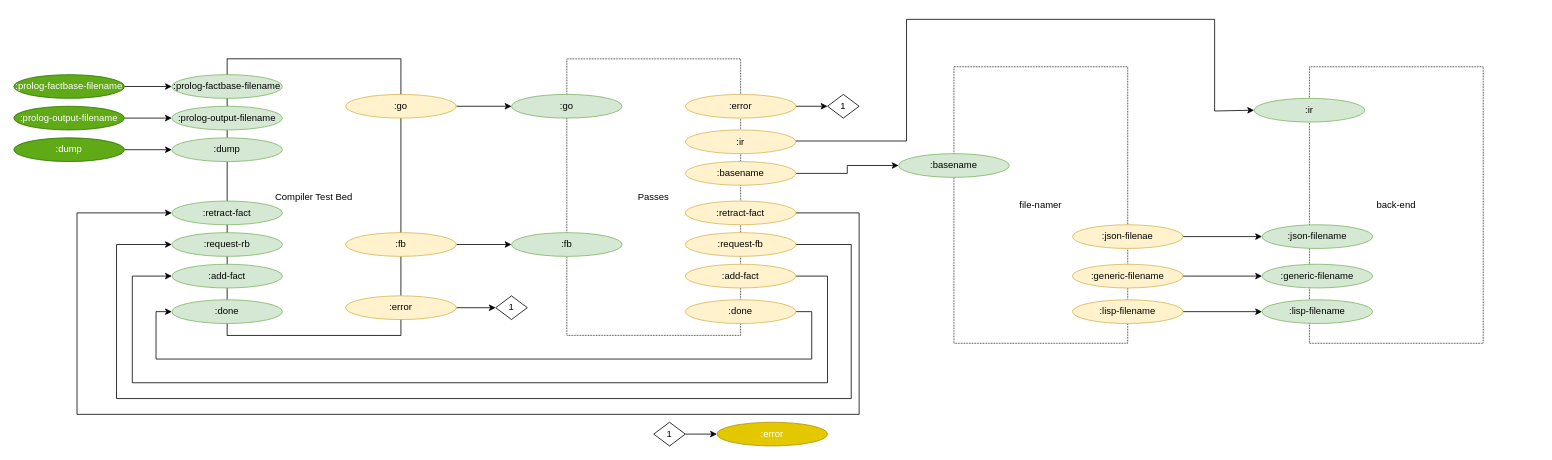
Above: page "Compiler Internal" (2 of 10) of svg/cl-compiler/doc/compiler-test-bed.drawio in bmfbp/bmfbp (draw.io), before the change. Source tidied: cells renumbered, new cells numbered last; positions are measured from the earlier drawing's top-left corner, leaving out a move shared by most shapes. Both pictures are drawn from the tidied source at 79%, with x=0, y=0 at pixel (13, 19).
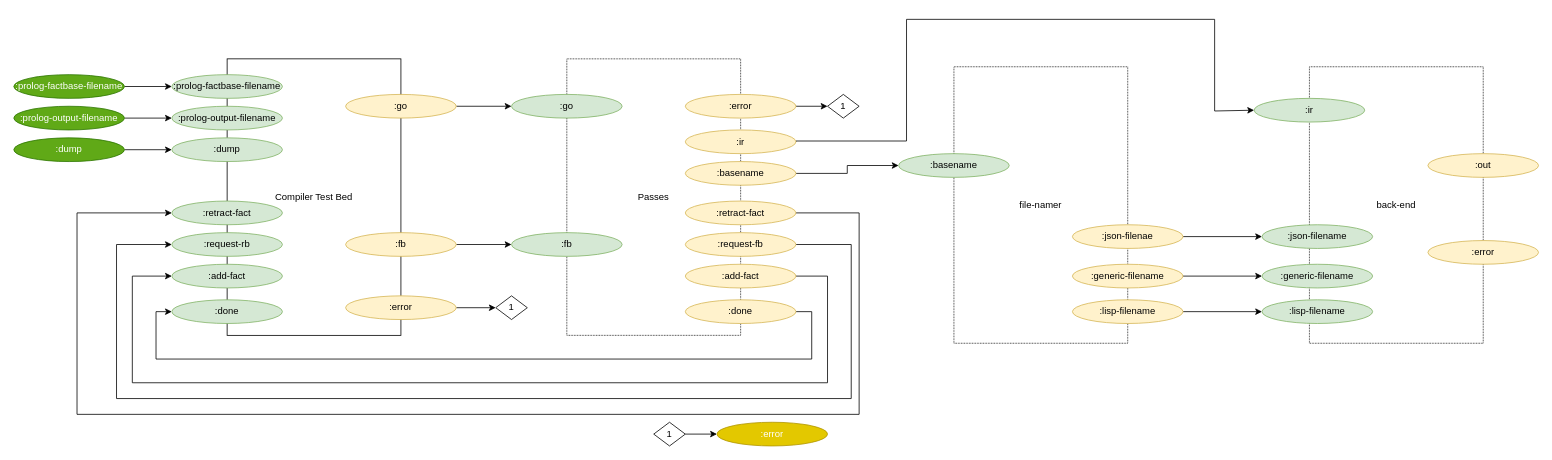
After the change.

Commit message (it also covers changes not shown here):
wip: paren error in synchonizer

Diff of the diagram source:
```diff
@@
+    <mxCell id="57" value=":out" style="ellipse;whiteSpace=wrap;html=1;fillColor=#fff2cc;strokeColor=#d6b656;" parent="1" vertex="1">
+      <mxGeometry x="1790" y="170" width="140" height="30" as="geometry" />
+    </mxCell>
+    <mxCell id="58" value=":error" style="ellipse;whiteSpace=wrap;html=1;fillColor=#fff2cc;strokeColor=#d6b656;" parent="1" vertex="1">
+      <mxGeometry x="1790" y="280" width="140" height="30" as="geometry" />
+    </mxCell>
```
